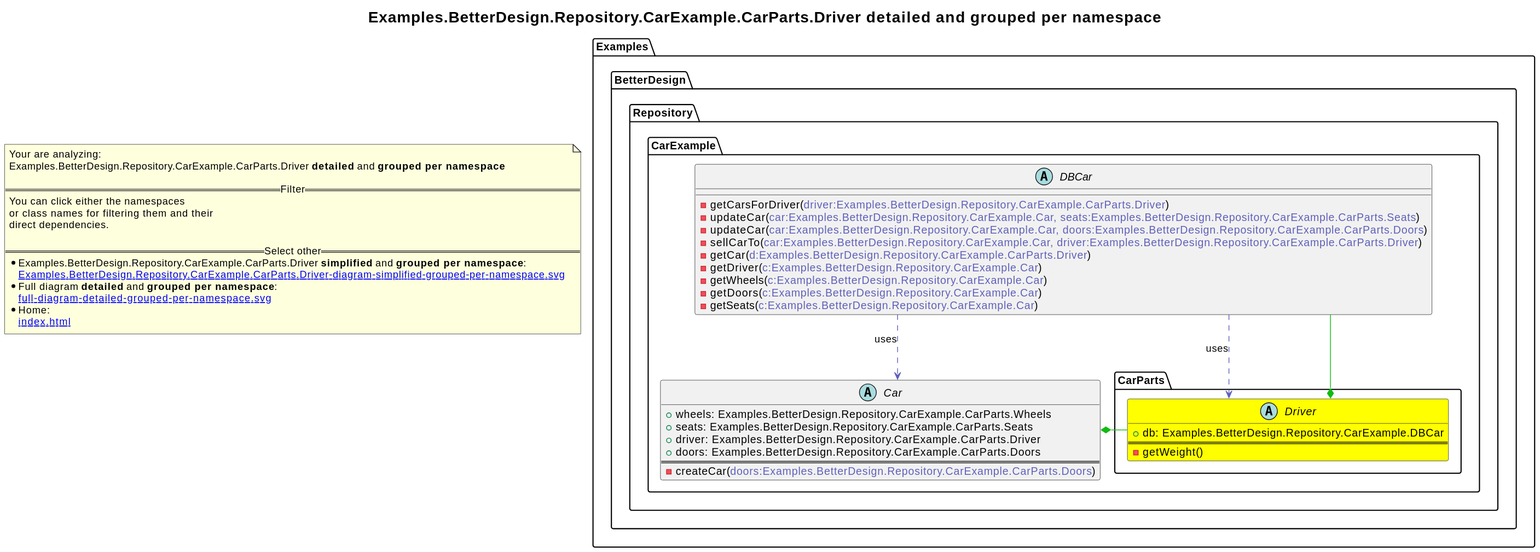
This is revenger-csharp-adapter.out/Examples.BetterDesign.Repository.CarExample.CarParts.Driver-diagram-detailed-grouped-per-namespace.svg from 2BlackCoffees/revenger, a PlantUML export, as it was before one commit. Source of this version:
```plantuml
@startuml
skinparam linetype ortho
title <size:20>Examples.BetterDesign.Repository.CarExample.CarParts.Driver **detailed** and **grouped per namespace**</size>
note "Your are analyzing:\nExamples.BetterDesign.Repository.CarExample.CarParts.Driver **detailed** and **grouped per namespace**\n\n==Filter==\nYou can click either the namespaces \nor class names for filtering them and their\ndirect dependencies.\n\n==Select other==\n* Examples.BetterDesign.Repository.CarExample.CarParts.Driver **simplified** and **grouped per namespace**:\n   [[Examples.BetterDesign.Repository.CarExample.CarParts.Driver-diagram-simplified-grouped-per-namespace.svg]]\n* Full diagram **detailed** and **grouped per namespace**:\n   [[full-diagram-detailed-grouped-per-namespace.svg]]\n* Home:\n   [[index.html]]" as FloatingNote
namespace Examples [[Examples-diagram-detailed-grouped-per-namespace.svg]] {
namespace Examples.BetterDesign [[Examples.BetterDesign-diagram-detailed-grouped-per-namespace.svg]] {
namespace Examples.BetterDesign.Repository [[Examples.BetterDesign.Repository-diagram-detailed-grouped-per-namespace.svg]] {
namespace Examples.BetterDesign.Repository.CarExample [[Examples.BetterDesign.Repository.CarExample-diagram-detailed-grouped-per-namespace.svg]] {
      abstract class Examples.BetterDesign.Repository.CarExample.DBCar [[Examples.BetterDesign.Repository.CarExample.DBCar-diagram-detailed-grouped-per-namespace.svg]]  {
        - getCarsForDriver(<font color="6060BB">driver:Examples.BetterDesign.Repository.CarExample.CarParts.Driver</font>)
        - updateCar(<font color="6060BB">car:Examples.BetterDesign.Repository.CarExample.Car, seats:Examples.BetterDesign.Repository.CarExample.CarParts.Seats</font>)
        - updateCar(<font color="6060BB">car:Examples.BetterDesign.Repository.CarExample.Car, doors:Examples.BetterDesign.Repository.CarExample.CarParts.Doors</font>)
        - sellCarTo(<font color="6060BB">car:Examples.BetterDesign.Repository.CarExample.Car, driver:Examples.BetterDesign.Repository.CarExample.CarParts.Driver</font>)
        - getCar(<font color="6060BB">d:Examples.BetterDesign.Repository.CarExample.CarParts.Driver</font>)
        - getDriver(<font color="6060BB">c:Examples.BetterDesign.Repository.CarExample.Car</font>)
        - getWheels(<font color="6060BB">c:Examples.BetterDesign.Repository.CarExample.Car</font>)
        - getDoors(<font color="6060BB">c:Examples.BetterDesign.Repository.CarExample.Car</font>)
        - getSeats(<font color="6060BB">c:Examples.BetterDesign.Repository.CarExample.Car</font>)
      }
      abstract class Examples.BetterDesign.Repository.CarExample.Car [[Examples.BetterDesign.Repository.CarExample.Car-diagram-detailed-grouped-per-namespace.svg]]  {
        + wheels: Examples.BetterDesign.Repository.CarExample.CarParts.Wheels
        + seats: Examples.BetterDesign.Repository.CarExample.CarParts.Seats
        + driver: Examples.BetterDesign.Repository.CarExample.CarParts.Driver
        + doors: Examples.BetterDesign.Repository.CarExample.CarParts.Doors
==
        - createCar(<font color="6060BB">doors:Examples.BetterDesign.Repository.CarExample.CarParts.Doors</font>)
      }
}
}
}
}
namespace Examples [[Examples-diagram-detailed-grouped-per-namespace.svg]] {
namespace Examples.BetterDesign [[Examples.BetterDesign-diagram-detailed-grouped-per-namespace.svg]] {
namespace Examples.BetterDesign.Repository [[Examples.BetterDesign.Repository-diagram-detailed-grouped-per-namespace.svg]] {
namespace Examples.BetterDesign.Repository.CarExample [[Examples.BetterDesign.Repository.CarExample-diagram-detailed-grouped-per-namespace.svg]] {
namespace Examples.BetterDesign.Repository.CarExample.CarParts [[Examples.BetterDesign.Repository.CarExample.CarParts-diagram-detailed-grouped-per-namespace.svg]] {
        abstract class Examples.BetterDesign.Repository.CarExample.CarParts.Driver [[Examples.BetterDesign.Repository.CarExample.CarParts.Driver-diagram-detailed-grouped-per-namespace.svg]] #yellow {
          + db: Examples.BetterDesign.Repository.CarExample.DBCar
==
          - getWeight(<font color="6060BB"></font>)
        }
}
}
}
}
}
Examples.BetterDesign.Repository.CarExample.DBCar .[#6060BB].> Examples.BetterDesign.Repository.CarExample.CarParts.Driver  : uses
Examples.BetterDesign.Repository.CarExample.DBCar .[#6060BB].> Examples.BetterDesign.Repository.CarExample.Car  : uses
Examples.BetterDesign.Repository.CarExample.Car *-[#10BB10]- Examples.BetterDesign.Repository.CarExample.CarParts.Driver
Examples.BetterDesign.Repository.CarExample.CarParts.Driver *-[#10BB10]- Examples.BetterDesign.Repository.CarExample.DBCar
@enduml
```
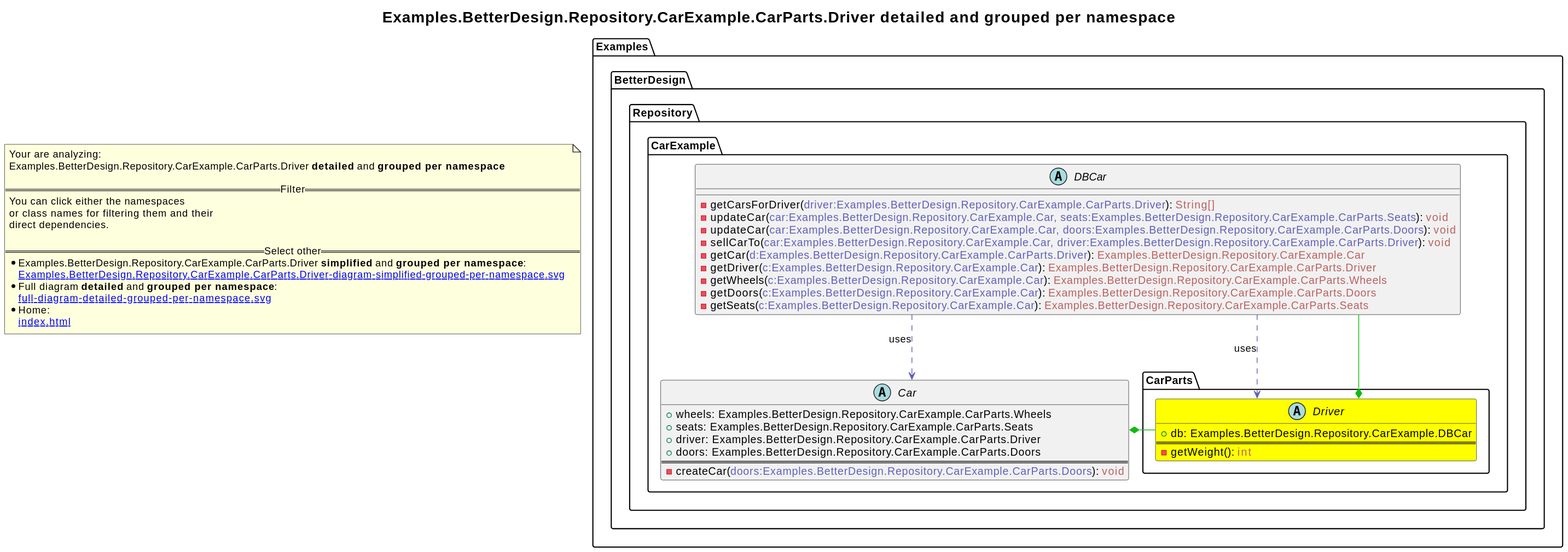
The same diagram one commit later.

Change to the diagram source:
```diff
@@ -7,15 +7,15 @@
 namespace Examples.BetterDesign.Repository [[Examples.BetterDesign.Repository-diagram-detailed-grouped-per-namespace.svg]] {
 namespace Examples.BetterDesign.Repository.CarExample [[Examples.BetterDesign.Repository.CarExample-diagram-detailed-grouped-per-namespace.svg]] {
       abstract class Examples.BetterDesign.Repository.CarExample.DBCar [[Examples.BetterDesign.Repository.CarExample.DBCar-diagram-detailed-grouped-per-namespace.svg]]  {
-        - getCarsForDriver(<font color="6060BB">driver:Examples.BetterDesign.Repository.CarExample.CarParts.Driver</font>)
-        - updateCar(<font color="6060BB">car:Examples.BetterDesign.Repository.CarExample.Car, seats:Examples.BetterDesign.Repository.CarExample.CarParts.Seats</font>)
-        - updateCar(<font color="6060BB">car:Examples.BetterDesign.Repository.CarExample.Car, doors:Examples.BetterDesign.Repository.CarExample.CarParts.Doors</font>)
-        - sellCarTo(<font color="6060BB">car:Examples.BetterDesign.Repository.CarExample.Car, driver:Examples.BetterDesign.Repository.CarExample.CarParts.Driver</font>)
-        - getCar(<font color="6060BB">d:Examples.BetterDesign.Repository.CarExample.CarParts.Driver</font>)
-        - getDriver(<font color="6060BB">c:Examples.BetterDesign.Repository.CarExample.Car</font>)
-        - getWheels(<font color="6060BB">c:Examples.BetterDesign.Repository.CarExample.Car</font>)
-        - getDoors(<font color="6060BB">c:Examples.BetterDesign.Repository.CarExample.Car</font>)
-        - getSeats(<font color="6060BB">c:Examples.BetterDesign.Repository.CarExample.Car</font>)
+        - getCarsForDriver(<font color="6060BB">driver:Examples.BetterDesign.Repository.CarExample.CarParts.Driver</font>): <font color="BB6060">String[]</font>
+        - updateCar(<font color="6060BB">car:Examples.BetterDesign.Repository.CarExample.Car, seats:Examples.BetterDesign.Repository.CarExample.CarParts.Seats</font>): <font color="BB6060">void</font>
+        - updateCar(<font color="6060BB">car:Examples.BetterDesign.Repository.CarExample.Car, doors:Examples.BetterDesign.Repository.CarExample.CarParts.Doors</font>): <font color="BB6060">void</font>
+        - sellCarTo(<font color="6060BB">car:Examples.BetterDesign.Repository.CarExample.Car, driver:Examples.BetterDesign.Repository.CarExample.CarParts.Driver</font>): <font color="BB6060">void</font>
+        - getCar(<font color="6060BB">d:Examples.BetterDesign.Repository.CarExample.CarParts.Driver</font>): <font color="BB6060">Examples.BetterDesign.Repository.CarExample.Car</font>
+        - getDriver(<font color="6060BB">c:Examples.BetterDesign.Repository.CarExample.Car</font>): <font color="BB6060">Examples.BetterDesign.Repository.CarExample.CarParts.Driver</font>
+        - getWheels(<font color="6060BB">c:Examples.BetterDesign.Repository.CarExample.Car</font>): <font color="BB6060">Examples.BetterDesign.Repository.CarExample.CarParts.Wheels</font>
+        - getDoors(<font color="6060BB">c:Examples.BetterDesign.Repository.CarExample.Car</font>): <font color="BB6060">Examples.BetterDesign.Repository.CarExample.CarParts.Doors</font>
+        - getSeats(<font color="6060BB">c:Examples.BetterDesign.Repository.CarExample.Car</font>): <font color="BB6060">Examples.BetterDesign.Repository.CarExample.CarParts.Seats</font>
       }
       abstract class Examples.BetterDesign.Repository.CarExample.Car [[Examples.BetterDesign.Repository.CarExample.Car-diagram-detailed-grouped-per-namespace.svg]]  {
         + wheels: Examples.BetterDesign.Repository.CarExample.CarParts.Wheels
@@ -23,7 +23,7 @@
         + driver: Examples.BetterDesign.Repository.CarExample.CarParts.Driver
         + doors: Examples.BetterDesign.Repository.CarExample.CarParts.Doors
 ==
-        - createCar(<font color="6060BB">doors:Examples.BetterDesign.Repository.CarExample.CarParts.Doors</font>)
+        - createCar(<font color="6060BB">doors:Examples.BetterDesign.Repository.CarExample.CarParts.Doors</font>): <font color="BB6060">void</font>
       }
 }
 }
@@ -37,7 +37,7 @@
         abstract class Examples.BetterDesign.Repository.CarExample.CarParts.Driver [[Examples.BetterDesign.Repository.CarExample.CarParts.Driver-diagram-detailed-grouped-per-namespace.svg]] #yellow {
           + db: Examples.BetterDesign.Repository.CarExample.DBCar
 ==
-          - getWeight(<font color="6060BB"></font>)
+          - getWeight(<font color="6060BB"></font>): <font color="BB6060">int</font>
         }
 }
 }
```
